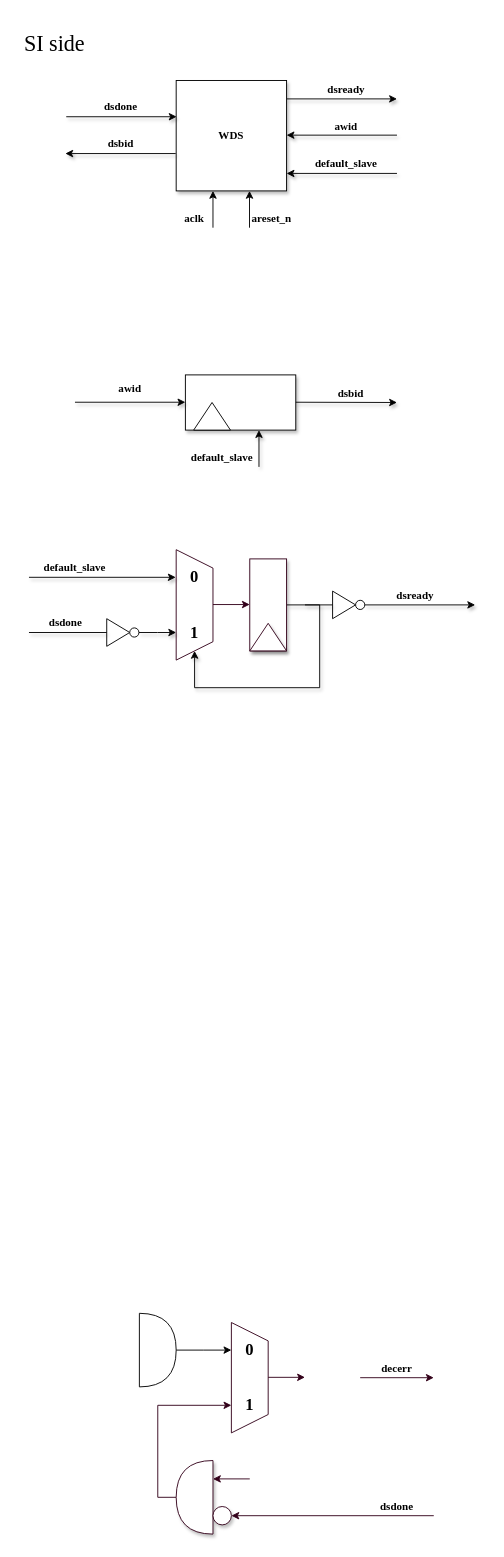
Before: page "WDS" (8 of 9) of Untitled Diagram.drawio in hungbk99/AXI4_BUS, a draw.io diagram. Source tidied: cells renumbered, new cells numbered last; positions are measured from the earlier drawing's top-left corner, leaving out a move shared by most shapes. Both pictures are drawn from the tidied source at 92%, with x=0, y=0 at pixel (19, 25).
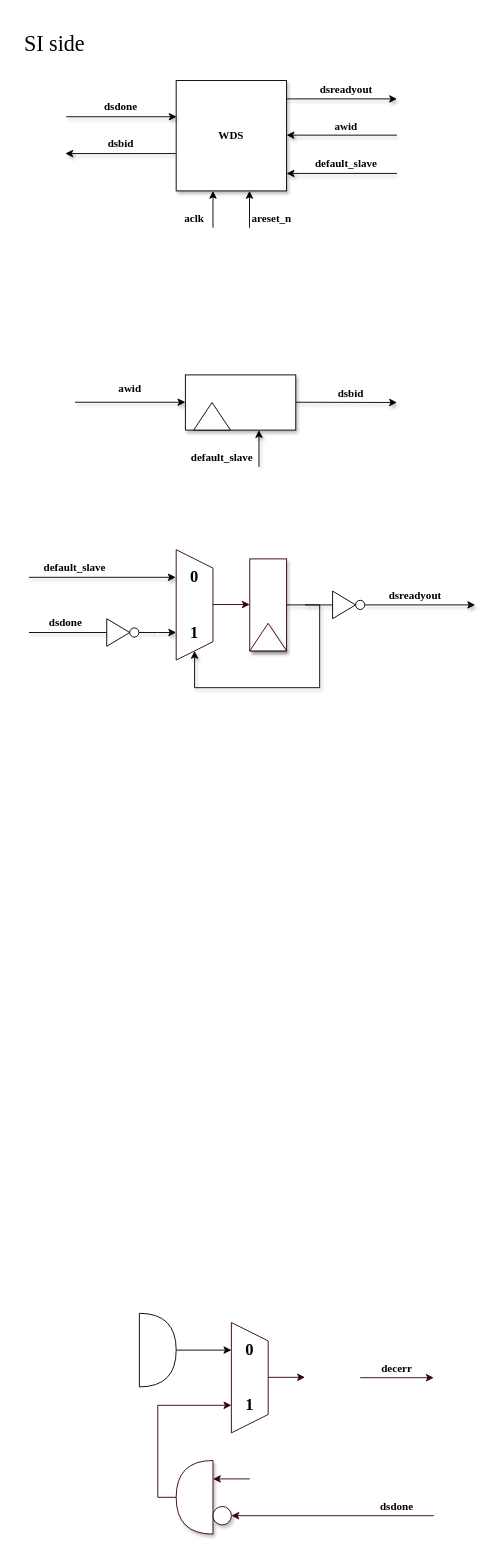
The same diagram, later.

The edit, as a diff of the source:
```diff
@@
-    <mxCell id="16" value="&lt;b&gt;&lt;font face=&quot;Times New Roman&quot;&gt;dsready&lt;/font&gt;&lt;/b&gt;" style="text;html=1;strokeColor=none;fillColor=none;align=center;verticalAlign=middle;whiteSpace=wrap;rounded=0;shadow=1;" parent="1" vertex="1">
+    <mxCell id="16" value="&lt;b&gt;&lt;font face=&quot;Times New Roman&quot;&gt;dsreadyout&lt;/font&gt;&lt;/b&gt;" style="text;html=1;strokeColor=none;fillColor=none;align=center;verticalAlign=middle;whiteSpace=wrap;rounded=0;shadow=1;" parent="1" vertex="1">
       <mxGeometry x="335" y="60" width="40" height="20" as="geometry" />
     </mxCell>
@@
-    <mxCell id="48" value="&lt;b&gt;&lt;font face=&quot;Times New Roman&quot;&gt;dsready&lt;/font&gt;&lt;/b&gt;" style="text;html=1;strokeColor=none;fillColor=none;align=center;verticalAlign=middle;whiteSpace=wrap;rounded=0;shadow=1;" parent="1" vertex="1">
+    <mxCell id="48" value="&lt;b&gt;&lt;font face=&quot;Times New Roman&quot;&gt;dsreadyout&lt;/font&gt;&lt;/b&gt;" style="text;html=1;strokeColor=none;fillColor=none;align=center;verticalAlign=middle;whiteSpace=wrap;rounded=0;shadow=1;" parent="1" vertex="1">
       <mxGeometry x="410" y="610" width="40" height="20" as="geometry" />
     </mxCell>
```
